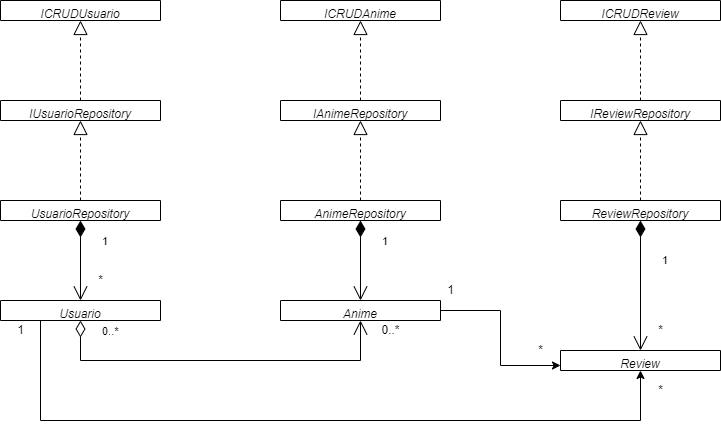
This is DiagramaClasesProyecto.png from Rochiio/ProyectoFinal1DAM, a draw.io export, as it was before one commit. Source tidied: cells renumbered, new cells last; positions are measured from the earlier drawing's top-left corner, leaving out a move shared by most shapes.
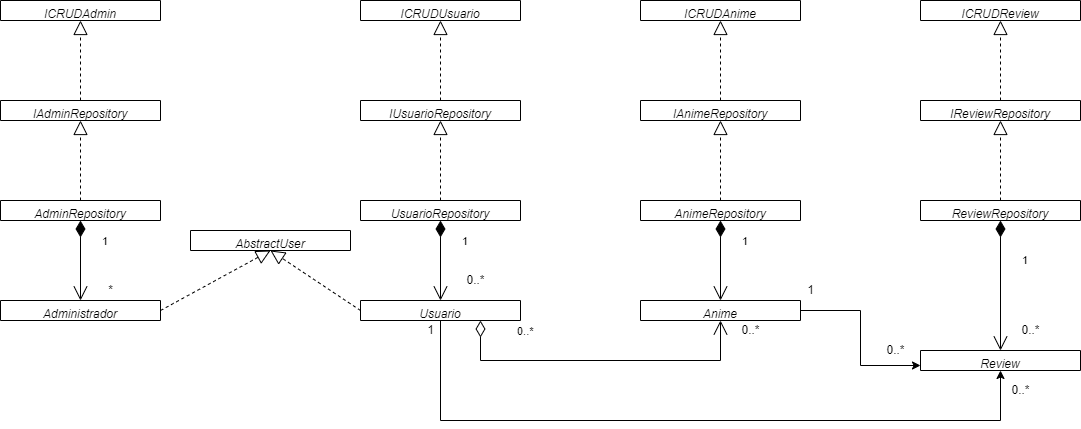
Later version of the same file.

Commit message:
diagrama de clases cambiado

Diff of the diagram source:
```diff
@@ -5,10 +5,10 @@
     <mxCell id="2" value="Review" style="swimlane;fontStyle=2;align=center;verticalAlign=top;horizontal=1;startSize=26;rounded=0;shadow=0;strokeWidth=1;" parent="1" vertex="1">
       <mxGeometry x="560" y="350" width="160" height="20" as="geometry" />
     </mxCell>
-    <mxCell id="3" style="edgeStyle=orthogonalEdgeStyle;rounded=0;jettySize=auto;html=1;exitX=0.25;exitY=1;exitDx=0;exitDy=0;entryX=0.5;entryY=1;entryDx=0;entryDy=0;" parent="1" edge="1" source="4" target="2">
+    <mxCell id="3" style="edgeStyle=orthogonalEdgeStyle;rounded=0;jettySize=auto;html=1;exitX=0.5;exitY=1;exitDx=0;exitDy=0;entryX=0.5;entryY=1;entryDx=0;entryDy=0;" parent="1" edge="1" source="4" target="2">
       <mxGeometry relative="1" as="geometry">
         <Array as="points">
-          <mxPoint x="40" y="420" />
+          <mxPoint x="80" y="420" />
           <mxPoint x="640" y="420" />
         </Array>
       </mxGeometry>
@@ -70,22 +70,16 @@
     <mxCell id="22" value="1" style="endArrow=open;html=1;endSize=12;startArrow=diamondThin;startSize=14;startFill=1;edgeStyle=orthogonalEdgeStyle;align=left;verticalAlign=bottom;rounded=0;exitX=0.5;exitY=1;exitDx=0;exitDy=0;entryX=0.5;entryY=0;entryDx=0;entryDy=0;" parent="1" edge="1" source="9" target="4">
       <mxGeometry x="-0.25" y="20" relative="1" as="geometry" />
     </mxCell>
-    <mxCell id="23" value="*" style="text;html=1;align=center;verticalAlign=middle;strokeColor=none;fillColor=none;" parent="1" vertex="1">
-      <mxGeometry x="90" y="270" width="20" height="20" as="geometry" />
-    </mxCell>
     <mxCell id="24" value="1" style="endArrow=open;html=1;endSize=12;startArrow=diamondThin;startSize=14;startFill=1;edgeStyle=orthogonalEdgeStyle;align=left;verticalAlign=bottom;rounded=0;exitX=0.5;exitY=1;exitDx=0;exitDy=0;entryX=0.5;entryY=0;entryDx=0;entryDy=0;" parent="1" edge="1" source="7" target="2">
       <mxGeometry x="-0.25" y="20" relative="1" as="geometry" />
     </mxCell>
-    <mxCell id="25" value="*" style="text;html=1;align=center;verticalAlign=middle;strokeColor=none;fillColor=none;" parent="1" vertex="1">
-      <mxGeometry x="650" y="320" width="20" height="20" as="geometry" />
-    </mxCell>
     <mxCell id="26" value="1" style="endArrow=open;html=1;endSize=12;startArrow=diamondThin;startSize=14;startFill=1;edgeStyle=orthogonalEdgeStyle;align=left;verticalAlign=bottom;rounded=0;exitX=0.5;exitY=1;exitDx=0;exitDy=0;entryX=0.5;entryY=0;entryDx=0;entryDy=0;" parent="1" edge="1" source="8" target="6">
       <mxGeometry x="-0.25" y="20" relative="1" as="geometry" />
     </mxCell>
-    <mxCell id="27" value="0..*" style="endArrow=open;html=1;endSize=12;startArrow=diamondThin;startSize=14;startFill=0;edgeStyle=orthogonalEdgeStyle;align=left;verticalAlign=bottom;rounded=0;exitX=0.5;exitY=1;exitDx=0;exitDy=0;entryX=0.5;entryY=1;entryDx=0;entryDy=0;" parent="1" edge="1" source="4" target="6">
-      <mxGeometry x="-0.67" y="20" relative="1" as="geometry">
+    <mxCell id="27" value="0..*" style="endArrow=open;html=1;endSize=12;startArrow=diamondThin;startSize=14;startFill=0;edgeStyle=orthogonalEdgeStyle;align=left;verticalAlign=bottom;rounded=0;entryX=0.5;entryY=1;entryDx=0;entryDy=0;exitX=0.75;exitY=1;exitDx=0;exitDy=0;" parent="1" edge="1" source="4" target="6">
+      <mxGeometry x="-0.53" y="20" relative="1" as="geometry">
         <Array as="points">
-          <mxPoint x="80" y="360" />
+          <mxPoint x="120" y="360" />
           <mxPoint x="360" y="360" />
         </Array>
       </mxGeometry>
@@ -94,16 +88,55 @@
       <mxGeometry x="375" y="320" width="30" height="20" as="geometry" />
     </mxCell>
     <mxCell id="29" value="1" style="text;html=1;align=center;verticalAlign=middle;strokeColor=none;fillColor=none;" parent="1" vertex="1">
-      <mxGeometry x="10" y="320" width="20" height="20" as="geometry" />
+      <mxGeometry x="60" y="320" width="20" height="20" as="geometry" />
     </mxCell>
-    <mxCell id="30" value="*" style="text;html=1;align=center;verticalAlign=middle;strokeColor=none;fillColor=none;" parent="1" vertex="1">
-      <mxGeometry x="650" y="380" width="20" height="20" as="geometry" />
+    <mxCell id="30" value="0..*" style="text;html=1;align=center;verticalAlign=middle;strokeColor=none;fillColor=none;" parent="1" vertex="1">
+      <mxGeometry x="645" y="380" width="30" height="20" as="geometry" />
     </mxCell>
-    <mxCell id="31" value="*" style="text;html=1;align=center;verticalAlign=middle;strokeColor=none;fillColor=none;" parent="1" vertex="1">
-      <mxGeometry x="530" y="340" width="20" height="20" as="geometry" />
-    </mxCell>
     <mxCell id="32" value="1" style="text;html=1;align=center;verticalAlign=middle;strokeColor=none;fillColor=none;" parent="1" vertex="1">
       <mxGeometry x="440" y="280" width="20" height="20" as="geometry" />
     </mxCell>
+    <mxCell id="33" value="Administrador&#10;" style="swimlane;fontStyle=2;align=center;verticalAlign=top;horizontal=1;startSize=26;rounded=0;shadow=0;strokeWidth=1;" parent="1" vertex="1">
+      <mxGeometry x="-360" y="300" width="160" height="20" as="geometry" />
+    </mxCell>
+    <mxCell id="34" value="AbstractUser&#10;" style="swimlane;fontStyle=2;align=center;verticalAlign=top;horizontal=1;startSize=26;rounded=0;shadow=0;strokeWidth=1;" parent="1" vertex="1">
+      <mxGeometry x="-170" y="230" width="160" height="20" as="geometry" />
+    </mxCell>
+    <mxCell id="35" value="AdminRepository" style="swimlane;fontStyle=2;align=center;verticalAlign=top;horizontal=1;startSize=26;rounded=0;shadow=0;strokeWidth=1;" parent="1" vertex="1">
+      <mxGeometry x="-360" y="200" width="160" height="20" as="geometry" />
+    </mxCell>
+    <mxCell id="36" value="IAdminRepository" style="swimlane;fontStyle=2;align=center;verticalAlign=top;horizontal=1;startSize=26;rounded=0;shadow=0;strokeWidth=1;" parent="1" vertex="1">
+      <mxGeometry x="-360" y="100" width="160" height="20" as="geometry" />
+    </mxCell>
+    <mxCell id="37" value="ICRUDAdmin" style="swimlane;fontStyle=2;align=center;verticalAlign=top;horizontal=1;startSize=26;rounded=0;shadow=0;strokeWidth=1;" parent="1" vertex="1">
+      <mxGeometry x="-360" width="160" height="20" as="geometry" />
+    </mxCell>
+    <mxCell id="38" style="endArrow=block;dashed=1;endFill=0;endSize=12;html=1;rounded=0;entryX=0.5;entryY=1;entryDx=0;entryDy=0;exitX=0.5;exitY=0;exitDx=0;exitDy=0;" parent="1" edge="1" source="36" target="37">
+      <mxGeometry relative="1" as="geometry" />
+    </mxCell>
+    <mxCell id="39" style="endArrow=block;dashed=1;endFill=0;endSize=12;html=1;rounded=0;exitX=0.5;exitY=0;exitDx=0;exitDy=0;entryX=0.5;entryY=1;entryDx=0;entryDy=0;" parent="1" edge="1" source="35" target="36">
+      <mxGeometry relative="1" as="geometry" />
+    </mxCell>
+    <mxCell id="40" value="1" style="endArrow=open;html=1;endSize=12;startArrow=diamondThin;startSize=14;startFill=1;edgeStyle=orthogonalEdgeStyle;align=left;verticalAlign=bottom;rounded=0;exitX=0.5;exitY=1;exitDx=0;exitDy=0;entryX=0.5;entryY=0;entryDx=0;entryDy=0;" parent="1" edge="1" source="35" target="33">
+      <mxGeometry x="-0.25" y="20" relative="1" as="geometry" />
+    </mxCell>
+    <mxCell id="41" value="*" style="text;html=1;align=center;verticalAlign=middle;strokeColor=none;fillColor=none;" parent="1" vertex="1">
+      <mxGeometry x="-260" y="280" width="20" height="20" as="geometry" />
+    </mxCell>
+    <mxCell id="42" value="0..*" style="text;html=1;align=center;verticalAlign=middle;strokeColor=none;fillColor=none;" parent="1" vertex="1">
+      <mxGeometry x="655" y="320" width="30" height="20" as="geometry" />
+    </mxCell>
+    <mxCell id="43" value="0..*" style="text;html=1;align=center;verticalAlign=middle;strokeColor=none;fillColor=none;" parent="1" vertex="1">
+      <mxGeometry x="520" y="340" width="30" height="20" as="geometry" />
+    </mxCell>
+    <mxCell id="44" value="0..*" style="text;html=1;align=center;verticalAlign=middle;strokeColor=none;fillColor=none;" parent="1" vertex="1">
+      <mxGeometry x="100" y="270" width="30" height="20" as="geometry" />
+    </mxCell>
+    <mxCell id="45" style="endArrow=block;dashed=1;endFill=0;endSize=12;html=1;rounded=0;entryX=0.5;entryY=1;entryDx=0;entryDy=0;exitX=0;exitY=0.5;exitDx=0;exitDy=0;" parent="1" edge="1" source="4" target="34">
+      <mxGeometry relative="1" as="geometry" />
+    </mxCell>
+    <mxCell id="46" style="endArrow=block;dashed=1;endFill=0;endSize=12;html=1;rounded=0;entryX=0.5;entryY=1;entryDx=0;entryDy=0;exitX=1;exitY=0.5;exitDx=0;exitDy=0;" parent="1" edge="1" source="33" target="34">
+      <mxGeometry relative="1" as="geometry" />
+    </mxCell>
   </root>
 </mxGraphModel>
```
